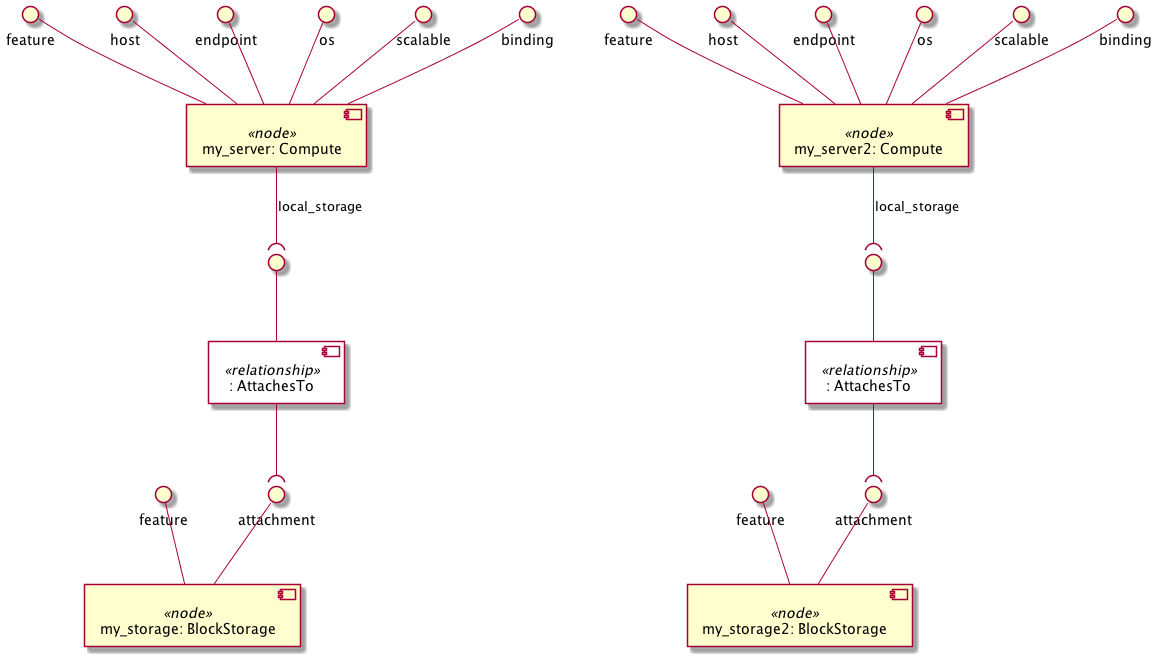
Earlier version of the PlantUML export examples/ariatosca/diagrams/uml2/block-storage-6-1.0-uml2-component-diagram2.png (Orange-OpenSource/Cloudnet-TOSCA-toolbox). Source of this version:
```plantuml
@startuml
skinparam componentStyle uml2
skinparam component {
  backgroundColor<<relationship>> White
}

component "my_server: Compute" <<node>> as node_my_server
interface "feature" as node_my_server_feature
node_my_server_feature -- node_my_server
interface "host" as node_my_server_host
node_my_server_host -- node_my_server
interface "endpoint" as node_my_server_endpoint
node_my_server_endpoint -- node_my_server
interface "os" as node_my_server_os
node_my_server_os -- node_my_server
interface "scalable" as node_my_server_scalable
node_my_server_scalable -- node_my_server
interface "binding" as node_my_server_binding
node_my_server_binding -- node_my_server
component ": AttachesTo" <<relationship>> as node_my_server_local_storage_relationship0
interface " " as node_my_server_local_storage_relationship0_source
node_my_server_local_storage_relationship0_source -- node_my_server_local_storage_relationship0
node_my_server --( node_my_server_local_storage_relationship0_source : local_storage

component "my_storage: BlockStorage" <<node>> as node_my_storage
interface "feature" as node_my_storage_feature
node_my_storage_feature -- node_my_storage
interface "attachment" as node_my_storage_attachment
node_my_storage_attachment -- node_my_storage

component "my_server2: Compute" <<node>> as node_my_server2
interface "feature" as node_my_server2_feature
node_my_server2_feature -- node_my_server2
interface "host" as node_my_server2_host
node_my_server2_host -- node_my_server2
interface "endpoint" as node_my_server2_endpoint
node_my_server2_endpoint -- node_my_server2
interface "os" as node_my_server2_os
node_my_server2_os -- node_my_server2
interface "scalable" as node_my_server2_scalable
node_my_server2_scalable -- node_my_server2
interface "binding" as node_my_server2_binding
node_my_server2_binding -- node_my_server2
component ": AttachesTo" <<relationship>> as node_my_server2_local_storage_relationship0
interface " " as node_my_server2_local_storage_relationship0_source
node_my_server2_local_storage_relationship0_source -- node_my_server2_local_storage_relationship0
node_my_server2 --( node_my_server2_local_storage_relationship0_source : local_storage

component "my_storage2: BlockStorage" <<node>> as node_my_storage2
interface "feature" as node_my_storage2_feature
node_my_storage2_feature -- node_my_storage2
interface "attachment" as node_my_storage2_attachment
node_my_storage2_attachment -- node_my_storage2

node_my_server_local_storage_relationship0 --( node_my_storage_attachment
node_my_server2_local_storage_relationship0 --( node_my_storage2_attachment
@enduml
```
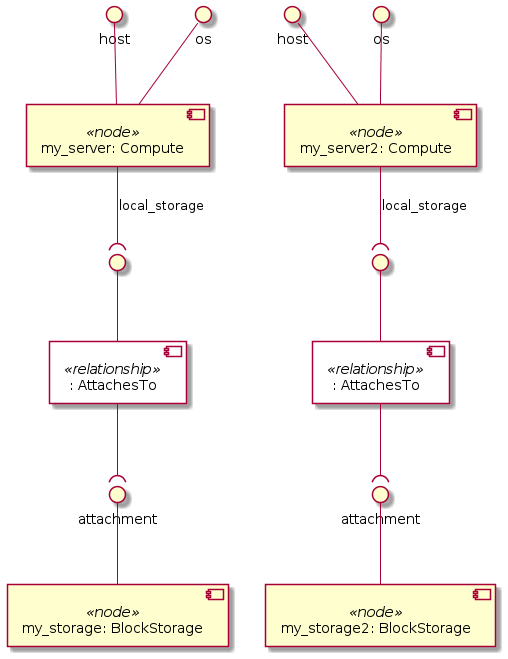
The same diagram one commit later.

Change to the diagram source:
```diff
@@ -5,50 +5,30 @@
 }
 
 component "my_server: Compute" <<node>> as node_my_server
-interface "feature" as node_my_server_feature
-node_my_server_feature -- node_my_server
 interface "host" as node_my_server_host
 node_my_server_host -- node_my_server
-interface "endpoint" as node_my_server_endpoint
-node_my_server_endpoint -- node_my_server
 interface "os" as node_my_server_os
 node_my_server_os -- node_my_server
-interface "scalable" as node_my_server_scalable
-node_my_server_scalable -- node_my_server
-interface "binding" as node_my_server_binding
-node_my_server_binding -- node_my_server
 component ": AttachesTo" <<relationship>> as node_my_server_local_storage_relationship0
 interface " " as node_my_server_local_storage_relationship0_source
 node_my_server_local_storage_relationship0_source -- node_my_server_local_storage_relationship0
 node_my_server --( node_my_server_local_storage_relationship0_source : local_storage
 
 component "my_storage: BlockStorage" <<node>> as node_my_storage
-interface "feature" as node_my_storage_feature
-node_my_storage_feature -- node_my_storage
 interface "attachment" as node_my_storage_attachment
 node_my_storage_attachment -- node_my_storage
 
 component "my_server2: Compute" <<node>> as node_my_server2
-interface "feature" as node_my_server2_feature
-node_my_server2_feature -- node_my_server2
 interface "host" as node_my_server2_host
 node_my_server2_host -- node_my_server2
-interface "endpoint" as node_my_server2_endpoint
-node_my_server2_endpoint -- node_my_server2
 interface "os" as node_my_server2_os
 node_my_server2_os -- node_my_server2
-interface "scalable" as node_my_server2_scalable
-node_my_server2_scalable -- node_my_server2
-interface "binding" as node_my_server2_binding
-node_my_server2_binding -- node_my_server2
 component ": AttachesTo" <<relationship>> as node_my_server2_local_storage_relationship0
 interface " " as node_my_server2_local_storage_relationship0_source
 node_my_server2_local_storage_relationship0_source -- node_my_server2_local_storage_relationship0
 node_my_server2 --( node_my_server2_local_storage_relationship0_source : local_storage
 
 component "my_storage2: BlockStorage" <<node>> as node_my_storage2
-interface "feature" as node_my_storage2_feature
-node_my_storage2_feature -- node_my_storage2
 interface "attachment" as node_my_storage2_attachment
 node_my_storage2_attachment -- node_my_storage2
 
```
